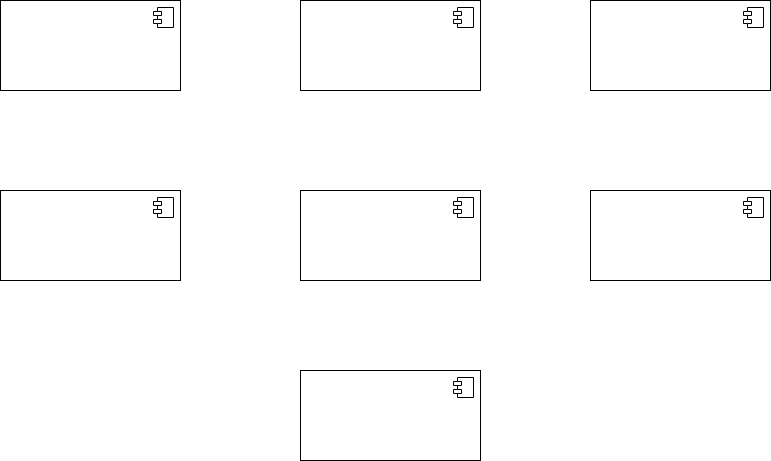
Earlier version of the draw.io export Communicating Architecture/UML Component Diagram/Component Diagram.png (smitbmx/Architecture-Diagrams). Source tidied: cells renumbered, new cells last; positions are measured from the earlier drawing's top-left corner, leaving out a move shared by most shapes.
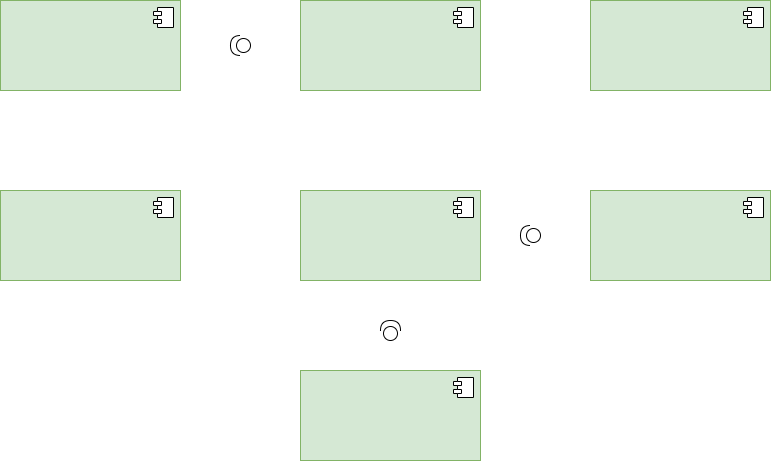
The same diagram one commit later.

What changed in the source:
```diff
@@ -2,7 +2,7 @@
   <root>
     <mxCell id="0" />
     <mxCell id="1" parent="0" />
-    <mxCell id="2" value="&amp;nbsp;" style="html=1;" parent="1" vertex="1">
+    <mxCell id="2" value="&amp;nbsp;" style="html=1;fillColor=#d5e8d4;strokeColor=#82b366;" parent="1" vertex="1">
       <mxGeometry width="180" height="90" as="geometry" />
     </mxCell>
     <mxCell id="3" style="shape=module;jettyWidth=8;jettyHeight=4;" parent="2" vertex="1">
@@ -10,7 +10,7 @@
         <mxPoint x="-27" y="7" as="offset" />
       </mxGeometry>
     </mxCell>
-    <mxCell id="4" value="&amp;nbsp;" style="html=1;" parent="1" vertex="1">
+    <mxCell id="4" value="&amp;nbsp;" style="html=1;fillColor=#d5e8d4;strokeColor=#82b366;" parent="1" vertex="1">
       <mxGeometry x="300" width="180" height="90" as="geometry" />
     </mxCell>
     <mxCell id="5" style="shape=module;jettyWidth=8;jettyHeight=4;" parent="4" vertex="1">
@@ -18,7 +18,7 @@
         <mxPoint x="-27" y="7" as="offset" />
       </mxGeometry>
     </mxCell>
-    <mxCell id="6" value="&amp;nbsp;" style="html=1;" parent="1" vertex="1">
+    <mxCell id="6" value="&amp;nbsp;" style="html=1;fillColor=#d5e8d4;strokeColor=#82b366;" parent="1" vertex="1">
       <mxGeometry x="590" width="180" height="90" as="geometry" />
     </mxCell>
     <mxCell id="7" style="shape=module;jettyWidth=8;jettyHeight=4;" parent="6" vertex="1">
@@ -26,7 +26,7 @@
         <mxPoint x="-27" y="7" as="offset" />
       </mxGeometry>
     </mxCell>
-    <mxCell id="8" value="&amp;nbsp;" style="html=1;" parent="1" vertex="1">
+    <mxCell id="8" value="&amp;nbsp;" style="html=1;fillColor=#d5e8d4;strokeColor=#82b366;" parent="1" vertex="1">
       <mxGeometry y="190" width="180" height="90" as="geometry" />
     </mxCell>
     <mxCell id="9" style="shape=module;jettyWidth=8;jettyHeight=4;" parent="8" vertex="1">
@@ -34,7 +34,7 @@
         <mxPoint x="-27" y="7" as="offset" />
       </mxGeometry>
     </mxCell>
-    <mxCell id="10" value="&amp;nbsp;" style="html=1;" parent="1" vertex="1">
+    <mxCell id="10" value="&amp;nbsp;" style="html=1;fillColor=#d5e8d4;strokeColor=#82b366;" parent="1" vertex="1">
       <mxGeometry x="300" y="190" width="180" height="90" as="geometry" />
     </mxCell>
     <mxCell id="11" style="shape=module;jettyWidth=8;jettyHeight=4;" parent="10" vertex="1">
@@ -42,7 +42,7 @@
         <mxPoint x="-27" y="7" as="offset" />
       </mxGeometry>
     </mxCell>
-    <mxCell id="12" value="&amp;nbsp;" style="html=1;" parent="1" vertex="1">
+    <mxCell id="12" value="&amp;nbsp;" style="html=1;fillColor=#d5e8d4;strokeColor=#82b366;" parent="1" vertex="1">
       <mxGeometry x="590" y="190" width="180" height="90" as="geometry" />
     </mxCell>
     <mxCell id="13" style="shape=module;jettyWidth=8;jettyHeight=4;" parent="12" vertex="1">
@@ -50,7 +50,7 @@
         <mxPoint x="-27" y="7" as="offset" />
       </mxGeometry>
     </mxCell>
-    <mxCell id="14" value="&amp;nbsp;" style="html=1;" parent="1" vertex="1">
+    <mxCell id="14" value="&amp;nbsp;" style="html=1;fillColor=#d5e8d4;strokeColor=#82b366;" parent="1" vertex="1">
       <mxGeometry x="300" y="370" width="180" height="90" as="geometry" />
     </mxCell>
     <mxCell id="15" style="shape=module;jettyWidth=8;jettyHeight=4;" parent="14" vertex="1">
@@ -58,5 +58,14 @@
         <mxPoint x="-27" y="7" as="offset" />
       </mxGeometry>
     </mxCell>
+    <mxCell id="16" style="shape=providedRequiredInterface;html=1;verticalLabelPosition=bottom;rotation=-90;" parent="1" vertex="1">
+      <mxGeometry x="380" y="320" width="20" height="20" as="geometry" />
+    </mxCell>
+    <mxCell id="17" style="shape=providedRequiredInterface;html=1;verticalLabelPosition=bottom;rotation=-180;" parent="1" vertex="1">
+      <mxGeometry x="520" y="225" width="20" height="20" as="geometry" />
+    </mxCell>
+    <mxCell id="18" style="shape=providedRequiredInterface;html=1;verticalLabelPosition=bottom;rotation=-180;" parent="1" vertex="1">
+      <mxGeometry x="230" y="35" width="20" height="20" as="geometry" />
+    </mxCell>
   </root>
 </mxGraphModel>
```
